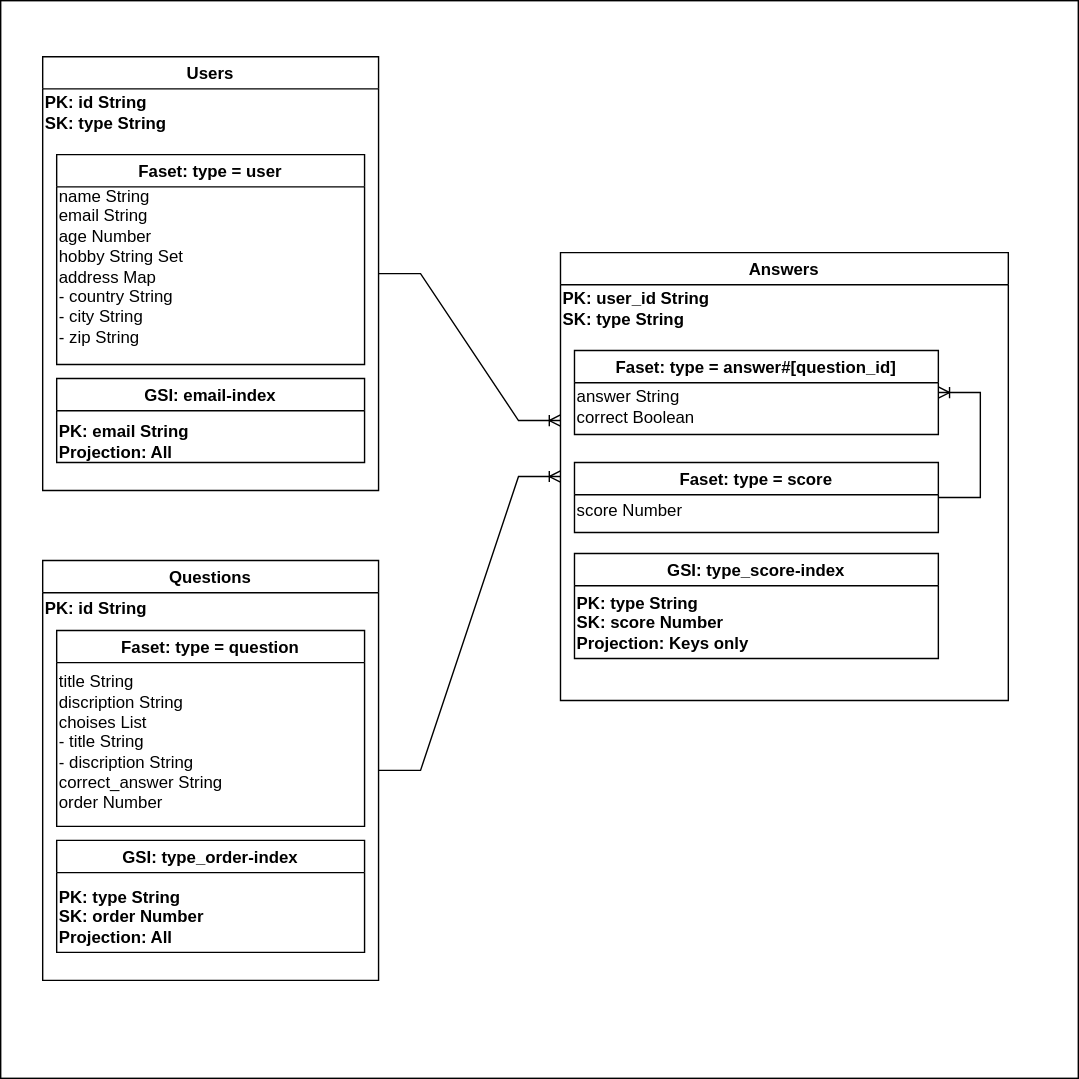
danishi/dynamodb-er-diagram keeps this draw.io diagram as er.drawio.svg. Above is the earlier version. Source tidied: cells renumbered, new cells last; positions are measured from the earlier drawing's top-left corner, leaving out a move shared by most shapes.
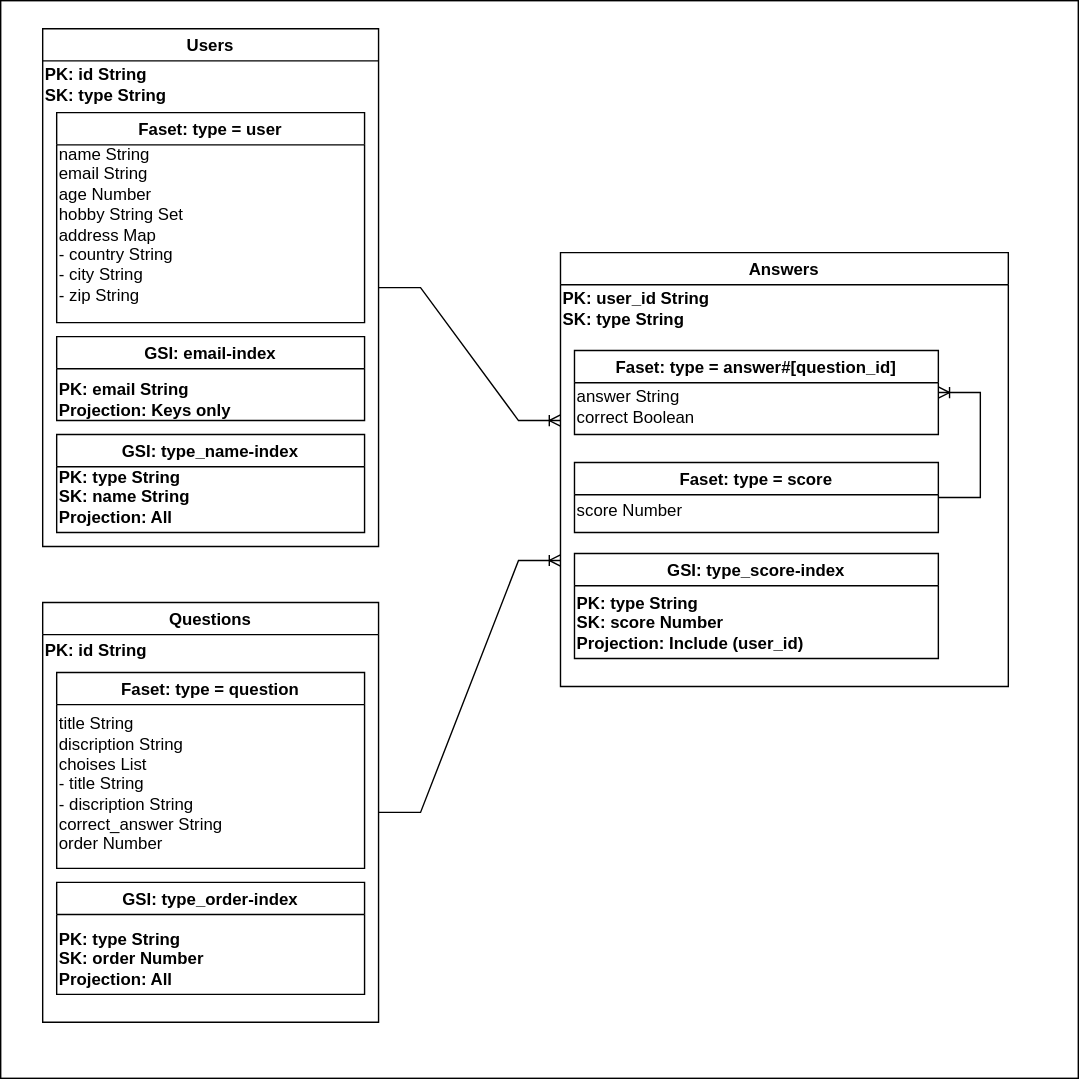
Later version of the same file.

Change to the diagram source:
```diff
@@ -6,30 +6,36 @@
       <mxGeometry width="770" height="770" as="geometry" />
     </mxCell>
     <mxCell id="3" value="Users" style="swimlane;strokeColor=#000000;" parent="1" vertex="1">
-      <mxGeometry x="30" y="40" width="240" height="310" as="geometry" />
+      <mxGeometry x="30" y="20" width="240" height="370" as="geometry" />
     </mxCell>
     <mxCell id="4" value="&lt;span style=&quot;background-color: initial;&quot;&gt;PK: id String&lt;br&gt;SK: type String&lt;br&gt;&lt;/span&gt;" style="text;html=1;align=left;verticalAlign=middle;strokeColor=none;fillColor=none;fontStyle=1;fontColor=#000000;" parent="3" vertex="1">
       <mxGeometry y="20" width="110" height="40" as="geometry" />
     </mxCell>
     <mxCell id="5" value="Faset: type = user" style="swimlane;strokeColor=#000000;" parent="3" vertex="1">
-      <mxGeometry x="10" y="70" width="220" height="150" as="geometry" />
+      <mxGeometry x="10" y="60" width="220" height="150" as="geometry" />
     </mxCell>
     <mxCell id="6" value="&lt;span&gt;name String&lt;br&gt;email String&lt;br&gt;age Number&lt;br&gt;hobby String Set&lt;br&gt;address Map&lt;br&gt;- country String&lt;br&gt;&lt;/span&gt;&lt;span&gt;- city String&lt;br&gt;&lt;/span&gt;-&amp;nbsp;&lt;span&gt;zip String&lt;br&gt;&lt;/span&gt;" style="text;html=1;align=left;verticalAlign=middle;strokeColor=none;fillColor=none;fontStyle=0;fontColor=#000000;" parent="5" vertex="1">
       <mxGeometry y="20" width="100" height="120" as="geometry" />
     </mxCell>
     <mxCell id="7" value="GSI: email-index" style="swimlane;strokeColor=#000000;" parent="3" vertex="1">
-      <mxGeometry x="10" y="230" width="220" height="60" as="geometry" />
+      <mxGeometry x="10" y="220" width="220" height="60" as="geometry" />
     </mxCell>
-    <mxCell id="8" value="&lt;span style=&quot;font-weight: 700&quot;&gt;PK: email String&lt;br&gt;&lt;/span&gt;&lt;b&gt;Projection: All&lt;/b&gt;&lt;span&gt;&lt;br&gt;&lt;/span&gt;" style="text;html=1;align=left;verticalAlign=middle;strokeColor=none;fillColor=none;fontStyle=0;fontColor=#000000;" parent="7" vertex="1">
-      <mxGeometry y="30" width="110" height="30" as="geometry" />
+    <mxCell id="8" value="&lt;span style=&quot;font-weight: 700&quot;&gt;PK: email String&lt;br&gt;&lt;/span&gt;&lt;b&gt;Projection: Keys only&lt;/b&gt;&lt;span&gt;&lt;br&gt;&lt;/span&gt;" style="text;html=1;align=left;verticalAlign=middle;strokeColor=none;fillColor=none;fontStyle=0;fontColor=#000000;" parent="7" vertex="1">
+      <mxGeometry y="30" width="140" height="30" as="geometry" />
     </mxCell>
+    <mxCell id="26" value="GSI: type_name-index" style="swimlane;strokeColor=#000000;" parent="3" vertex="1">
+      <mxGeometry x="10" y="290" width="220" height="70" as="geometry" />
+    </mxCell>
+    <mxCell id="27" value="&lt;span style=&quot;font-weight: 700&quot;&gt;PK: type String&lt;br&gt;SK: name String&lt;br&gt;&lt;/span&gt;&lt;b&gt;Projection: All&lt;/b&gt;&lt;span&gt;&lt;br&gt;&lt;/span&gt;" style="text;html=1;align=left;verticalAlign=middle;strokeColor=none;fillColor=none;fontStyle=0;fontColor=#000000;" parent="26" vertex="1">
+      <mxGeometry y="20" width="110" height="50" as="geometry" />
+    </mxCell>
     <mxCell id="9" style="edgeStyle=entityRelationEdgeStyle;fontSize=12;html=1;endArrow=ERoneToMany;rounded=0;exitX=1;exitY=0.5;exitDx=0;exitDy=0;strokeColor=#000000;" parent="1" edge="1" source="3">
       <mxGeometry relative="1" as="geometry">
         <mxPoint x="400" y="300" as="targetPoint" />
       </mxGeometry>
     </mxCell>
     <mxCell id="10" value="Answers" style="swimlane;startSize=23;strokeColor=#000000;" parent="1" vertex="1">
-      <mxGeometry x="400" y="180" width="320" height="320" as="geometry" />
+      <mxGeometry x="400" y="180" width="320" height="310" as="geometry" />
     </mxCell>
     <mxCell id="11" value="&lt;span style=&quot;background-color: initial;&quot;&gt;PK: user_id String&lt;br&gt;SK: type String&lt;br&gt;&lt;/span&gt;" style="text;html=1;align=left;verticalAlign=middle;strokeColor=none;fillColor=none;fontStyle=1;fontColor=#000000;" parent="10" vertex="1">
       <mxGeometry y="20" width="130" height="40" as="geometry" />
@@ -43,8 +49,8 @@
     <mxCell id="14" value="GSI: type_score-index" style="swimlane;startSize=23;strokeColor=#000000;" parent="10" vertex="1">
       <mxGeometry x="10" y="215" width="260" height="75" as="geometry" />
     </mxCell>
-    <mxCell id="15" value="&lt;span style=&quot;font-weight: 700&quot;&gt;PK: type String&lt;br&gt;&lt;/span&gt;&lt;span style=&quot;font-weight: 700&quot;&gt;SK: score Number&lt;br&gt;&lt;/span&gt;&lt;span&gt;&lt;b&gt;Projection: Keys only&lt;/b&gt;&lt;br&gt;&lt;/span&gt;" style="text;html=1;align=left;verticalAlign=middle;strokeColor=none;fillColor=none;fontStyle=0;fontColor=#000000;" parent="14" vertex="1">
-      <mxGeometry y="25" width="140" height="50" as="geometry" />
+    <mxCell id="15" value="&lt;span style=&quot;font-weight: 700&quot;&gt;PK: type String&lt;br&gt;&lt;/span&gt;&lt;span style=&quot;font-weight: 700&quot;&gt;SK: score Number&lt;br&gt;&lt;/span&gt;&lt;span&gt;&lt;b&gt;Projection: Include (user_id)&lt;/b&gt;&lt;br&gt;&lt;/span&gt;" style="text;html=1;align=left;verticalAlign=middle;strokeColor=none;fillColor=none;fontStyle=0;fontColor=#000000;" parent="14" vertex="1">
+      <mxGeometry y="25" width="180" height="50" as="geometry" />
     </mxCell>
     <mxCell id="16" value="Faset: type = score" style="swimlane;strokeColor=#000000;" parent="10" vertex="1">
       <mxGeometry x="10" y="150" width="260" height="50" as="geometry" />
@@ -56,7 +62,7 @@
       <mxGeometry relative="1" as="geometry" />
     </mxCell>
     <mxCell id="19" value="Questions" style="swimlane;strokeColor=#000000;" parent="1" vertex="1">
-      <mxGeometry x="30" y="400" width="240" height="300" as="geometry" />
+      <mxGeometry x="30" y="430" width="240" height="300" as="geometry" />
     </mxCell>
     <mxCell id="20" value="&lt;span style=&quot;background-color: initial;&quot;&gt;PK: id String&lt;/span&gt;&lt;span style=&quot;background-color: initial;&quot;&gt;&lt;br&gt;&lt;/span&gt;" style="text;html=1;align=left;verticalAlign=middle;strokeColor=none;fillColor=none;fontStyle=1;fontColor=#000000;" parent="19" vertex="1">
       <mxGeometry y="20" width="100" height="30" as="geometry" />
@@ -73,8 +79,10 @@
     <mxCell id="24" value="title String&lt;br&gt;discription String&lt;br&gt;choises List&lt;br&gt;-&amp;nbsp;title String&lt;br&gt;-&amp;nbsp;discription String&lt;br&gt;correct_answer&amp;nbsp;String&lt;br&gt;&lt;span style=&quot;font-weight: 700&quot;&gt;&lt;span style=&quot;font-weight: normal&quot;&gt;order Number&lt;/span&gt;&lt;/span&gt;&lt;span&gt;&lt;br&gt;&lt;/span&gt;" style="text;html=1;align=left;verticalAlign=middle;strokeColor=none;fillColor=none;fontStyle=0;fontColor=#000000;" parent="23" vertex="1">
       <mxGeometry y="30" width="130" height="100" as="geometry" />
     </mxCell>
-    <mxCell id="25" style="edgeStyle=entityRelationEdgeStyle;fontSize=12;html=1;endArrow=ERoneToMany;rounded=0;exitX=1;exitY=0.5;exitDx=0;exitDy=0;entryX=0;entryY=0.5;entryDx=0;entryDy=0;strokeColor=#000000;" parent="1" edge="1" source="19" target="10">
-      <mxGeometry relative="1" as="geometry" />
+    <mxCell id="25" style="edgeStyle=entityRelationEdgeStyle;fontSize=12;html=1;endArrow=ERoneToMany;rounded=0;exitX=1;exitY=0.5;exitDx=0;exitDy=0;strokeColor=#000000;" parent="1" edge="1" source="19">
+      <mxGeometry relative="1" as="geometry">
+        <mxPoint x="400" y="400" as="targetPoint" />
+      </mxGeometry>
     </mxCell>
   </root>
 </mxGraphModel>
```
